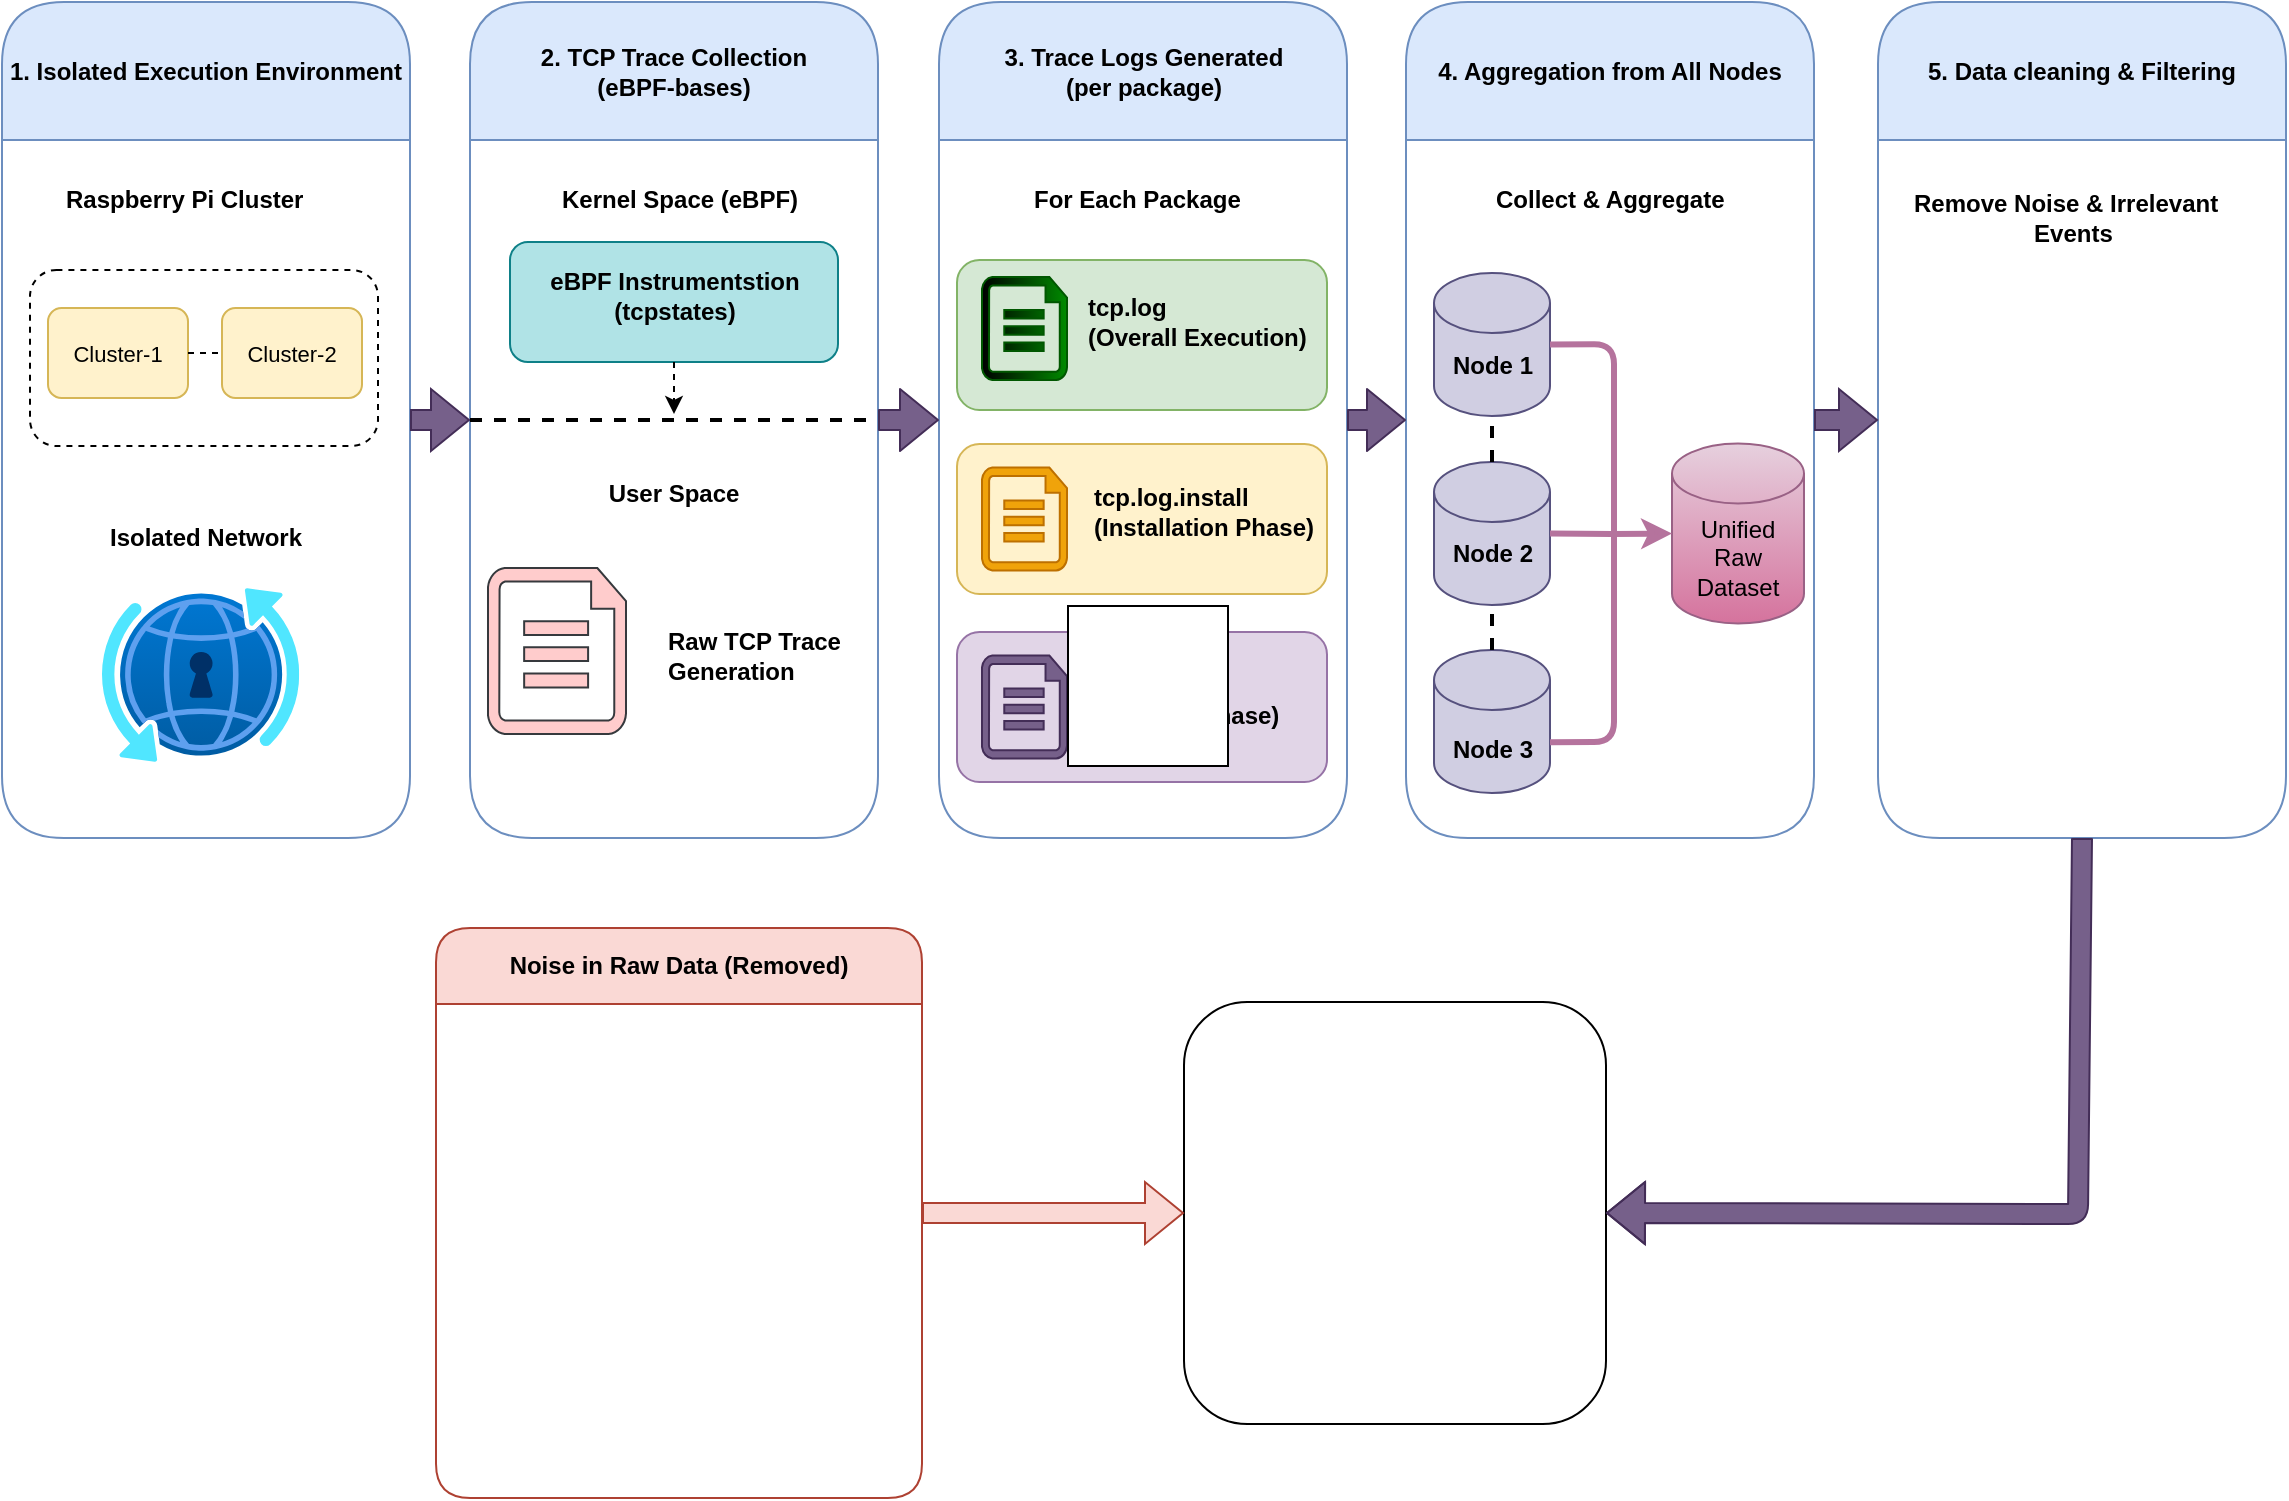
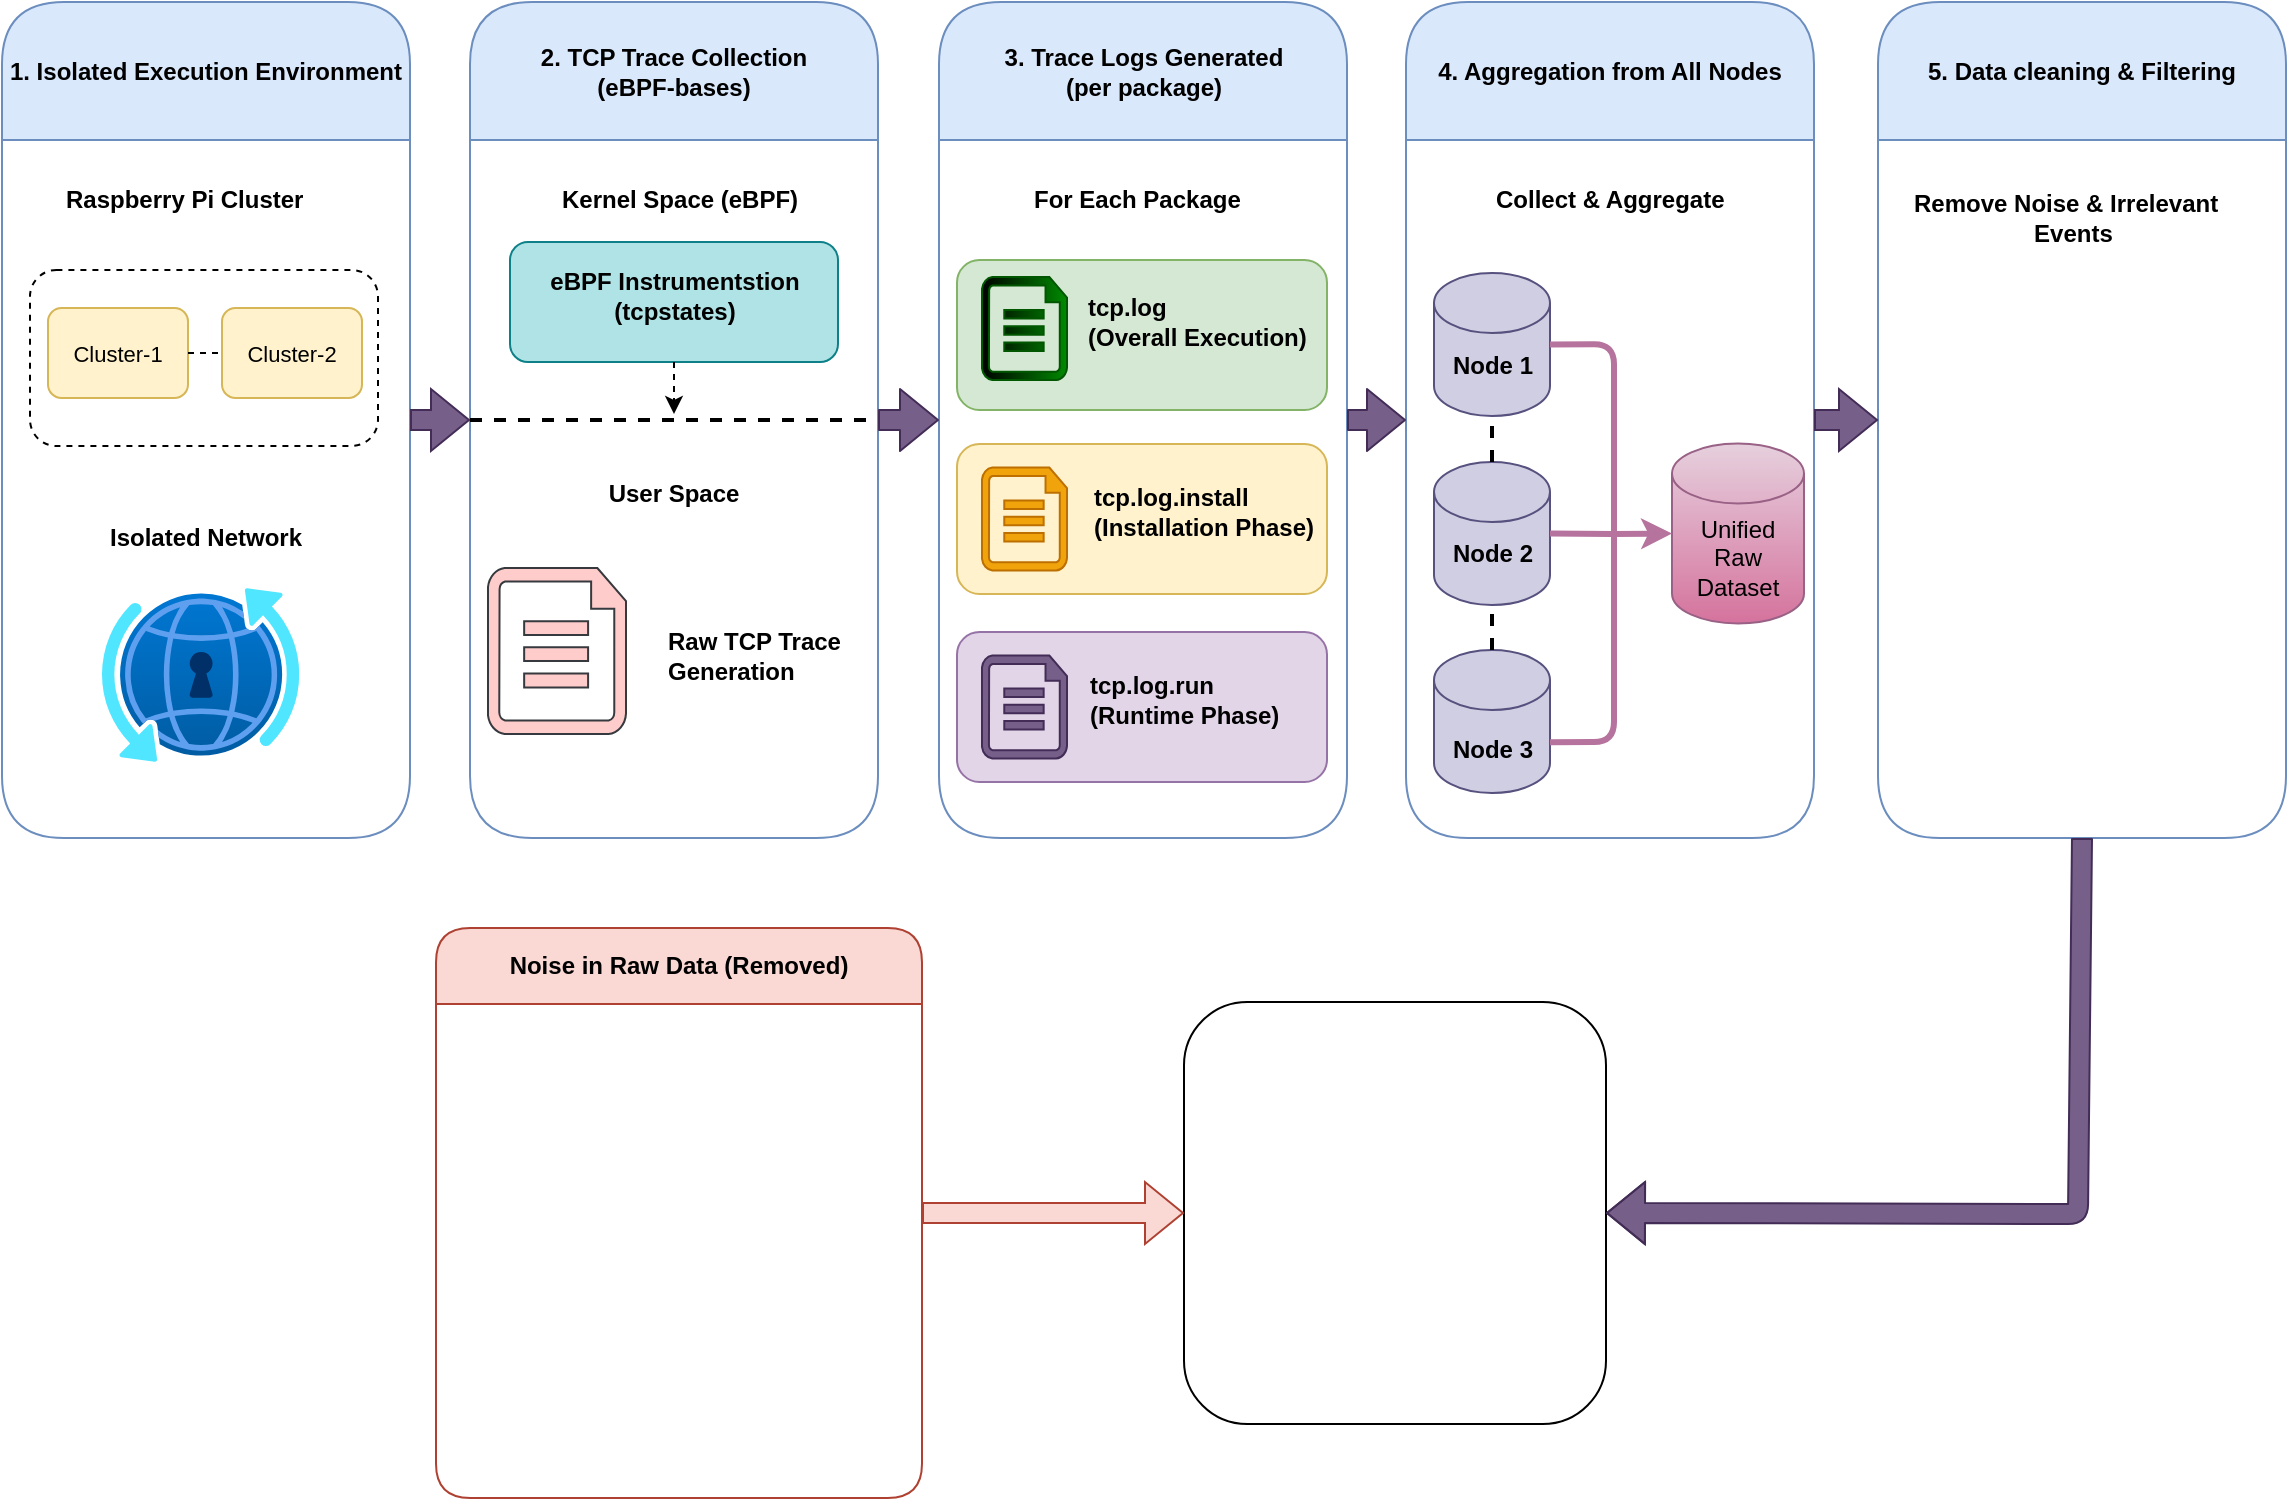
<mxfile host="app.diagrams.net">
  <diagram name="Page-1" id="8kyjSIY6fsYWo43MdOdE">
    <mxGraphModel dx="1406" dy="814" grid="0" gridSize="10" guides="1" tooltips="1" connect="1" arrows="1" fold="1" page="1" pageScale="1" pageWidth="1181" pageHeight="827" background="none" math="0" shadow="0">
      <root>
        <mxCell id="0" />
        <mxCell id="1" parent="0" />
        <mxCell id="yPxf8Ypyw46N0n0ri4En-1" parent="1" style="swimlane;whiteSpace=wrap;html=1;swimlaneFillColor=none;rounded=1;startSize=69;strokeColor=#6c8ebf;fillColor=#dae8fc;" value="1. Isolated Execution Environment" vertex="1">
          <mxGeometry height="418" width="204" x="20" y="29" as="geometry" />
        </mxCell>
        <mxCell id="9OX9V2n5WXdKuxMzRrJa-6" parent="yPxf8Ypyw46N0n0ri4En-1" style="text;strokeColor=none;fillColor=none;align=left;verticalAlign=middle;spacingLeft=4;spacingRight=4;overflow=hidden;points=[[0,0.5],[1,0.5]];portConstraint=eastwest;rotatable=0;whiteSpace=wrap;html=1;" value="&lt;b&gt;Raspberry Pi Cluster&lt;/b&gt;" vertex="1">
          <mxGeometry height="30" width="152" x="26" y="84" as="geometry" />
        </mxCell>
        <mxCell id="9OX9V2n5WXdKuxMzRrJa-7" parent="yPxf8Ypyw46N0n0ri4En-1" style="rounded=1;whiteSpace=wrap;html=1;dashed=1;" value="" vertex="1">
          <mxGeometry height="88" width="174" x="14" y="134" as="geometry" />
        </mxCell>
        <mxCell id="9OX9V2n5WXdKuxMzRrJa-8" parent="yPxf8Ypyw46N0n0ri4En-1" style="rounded=1;whiteSpace=wrap;html=1;fillColor=#fff2cc;strokeColor=#d6b656;" value="" vertex="1">
          <mxGeometry height="45" width="70" x="23" y="153" as="geometry" />
        </mxCell>
        <mxCell id="9OX9V2n5WXdKuxMzRrJa-9" parent="yPxf8Ypyw46N0n0ri4En-1" style="rounded=1;whiteSpace=wrap;html=1;fillColor=#fff2cc;strokeColor=#d6b656;" value="" vertex="1">
          <mxGeometry height="45" width="70" x="110" y="153" as="geometry" />
        </mxCell>
        <mxCell id="9OX9V2n5WXdKuxMzRrJa-10" parent="yPxf8Ypyw46N0n0ri4En-1" style="text;html=1;whiteSpace=wrap;strokeColor=none;fillColor=none;align=center;verticalAlign=middle;rounded=0;" value="&lt;font style=&quot;font-size: 11px;&quot;&gt;Cluster-1&lt;/font&gt;" vertex="1">
          <mxGeometry height="18.5" width="50" x="33" y="166.25" as="geometry" />
        </mxCell>
        <mxCell id="9OX9V2n5WXdKuxMzRrJa-11" parent="yPxf8Ypyw46N0n0ri4En-1" style="text;html=1;whiteSpace=wrap;strokeColor=none;fillColor=none;align=center;verticalAlign=middle;rounded=0;" value="&lt;font style=&quot;font-size: 11px;&quot;&gt;Cluster-2&lt;/font&gt;" vertex="1">
          <mxGeometry height="18.5" width="50" x="120" y="166.25" as="geometry" />
        </mxCell>
        <mxCell id="9OX9V2n5WXdKuxMzRrJa-12" edge="1" parent="yPxf8Ypyw46N0n0ri4En-1" source="9OX9V2n5WXdKuxMzRrJa-8" style="endArrow=none;html=1;rounded=0;exitX=1;exitY=0.5;exitDx=0;exitDy=0;entryX=0;entryY=0.5;entryDx=0;entryDy=0;dashed=1;" target="9OX9V2n5WXdKuxMzRrJa-9" value="">
          <mxGeometry height="50" relative="1" width="50" as="geometry">
            <mxPoint x="545" y="408" as="sourcePoint" />
            <mxPoint x="595" y="358" as="targetPoint" />
          </mxGeometry>
        </mxCell>
        <mxCell id="9OX9V2n5WXdKuxMzRrJa-14" parent="yPxf8Ypyw46N0n0ri4En-1" style="text;strokeColor=none;fillColor=none;align=left;verticalAlign=middle;spacingLeft=4;spacingRight=4;overflow=hidden;points=[[0,0.5],[1,0.5]];portConstraint=eastwest;rotatable=0;whiteSpace=wrap;html=1;" value="&lt;b&gt;Isolated Network&lt;/b&gt;" vertex="1">
          <mxGeometry height="30" width="109" x="47.5" y="253" as="geometry" />
        </mxCell>
        <mxCell id="9OX9V2n5WXdKuxMzRrJa-15" parent="yPxf8Ypyw46N0n0ri4En-1" style="image;aspect=fixed;html=1;points=[];align=center;fontSize=12;image=img/lib/azure2/networking/DNS_Private_Resolver.svg;" value="" vertex="1">
          <mxGeometry height="87" width="98.6" x="50" y="293" as="geometry" />
        </mxCell>
        <mxCell id="yPxf8Ypyw46N0n0ri4En-4" parent="1" style="swimlane;whiteSpace=wrap;html=1;swimlaneFillColor=none;rounded=1;startSize=69;strokeColor=#6c8ebf;fillColor=#dae8fc;" value="2. TCP Trace Collection&lt;div&gt;(eBPF-bases)&lt;/div&gt;" vertex="1">
          <mxGeometry height="418" width="204" x="254" y="29" as="geometry" />
        </mxCell>
        <mxCell id="9OX9V2n5WXdKuxMzRrJa-16" parent="yPxf8Ypyw46N0n0ri4En-4" style="text;strokeColor=none;fillColor=none;align=left;verticalAlign=middle;spacingLeft=4;spacingRight=4;overflow=hidden;points=[[0,0.5],[1,0.5]];portConstraint=eastwest;rotatable=0;whiteSpace=wrap;html=1;" value="&lt;b&gt;Kernel Space (eBPF)&lt;/b&gt;" vertex="1">
          <mxGeometry height="30" width="134" x="40" y="84" as="geometry" />
        </mxCell>
        <mxCell id="9OX9V2n5WXdKuxMzRrJa-20" parent="yPxf8Ypyw46N0n0ri4En-4" style="rounded=1;whiteSpace=wrap;html=1;fillColor=#b0e3e6;strokeColor=#0e8088;" value="" vertex="1">
          <mxGeometry height="60" width="164" x="20" y="120" as="geometry" />
        </mxCell>
        <mxCell id="9OX9V2n5WXdKuxMzRrJa-22" parent="yPxf8Ypyw46N0n0ri4En-4" style="text;html=1;whiteSpace=wrap;strokeColor=none;fillColor=none;align=center;verticalAlign=middle;rounded=0;" value="&lt;b&gt;eBPF Instrumentstion&lt;/b&gt;&lt;div&gt;&lt;b&gt;(tcpstates)&lt;/b&gt;&lt;/div&gt;" vertex="1">
          <mxGeometry height="35" width="133" x="35.5" y="129" as="geometry" />
        </mxCell>
        <mxCell id="9OX9V2n5WXdKuxMzRrJa-23" parent="yPxf8Ypyw46N0n0ri4En-4" style="text;html=1;whiteSpace=wrap;strokeColor=none;fillColor=none;align=center;verticalAlign=middle;rounded=0;" value="&lt;b&gt;User Space&lt;/b&gt;" vertex="1">
          <mxGeometry height="30" width="122" x="41" y="231" as="geometry" />
        </mxCell>
        <mxCell id="9OX9V2n5WXdKuxMzRrJa-24" parent="yPxf8Ypyw46N0n0ri4En-4" style="verticalLabelPosition=bottom;html=1;verticalAlign=top;align=center;shape=mxgraph.azure.cloud_services_configuration_file;pointerEvents=1;fillColor=#ffcccc;strokeColor=#36393d;" value="" vertex="1">
          <mxGeometry height="83" width="69" x="9" y="283" as="geometry" />
        </mxCell>
        <mxCell id="9OX9V2n5WXdKuxMzRrJa-26" parent="yPxf8Ypyw46N0n0ri4En-4" style="text;strokeColor=none;fillColor=none;align=left;verticalAlign=middle;spacingLeft=4;spacingRight=4;overflow=hidden;points=[[0,0.5],[1,0.5]];portConstraint=eastwest;rotatable=0;whiteSpace=wrap;html=1;" value="&lt;b&gt;Raw TCP Trace&lt;/b&gt;&lt;div&gt;&lt;b&gt;Generation&lt;/b&gt;&lt;/div&gt;" vertex="1">
          <mxGeometry height="74" width="99" x="93" y="290" as="geometry" />
        </mxCell>
        <mxCell id="yPxf8Ypyw46N0n0ri4En-5" parent="1" style="swimlane;whiteSpace=wrap;html=1;swimlaneFillColor=none;rounded=1;startSize=69;strokeColor=#6c8ebf;fillColor=#dae8fc;" value="3. Trace Logs Generated&lt;div&gt;(per package)&lt;/div&gt;" vertex="1">
          <mxGeometry height="418" width="204" x="488.5" y="29" as="geometry" />
        </mxCell>
        <mxCell id="9OX9V2n5WXdKuxMzRrJa-17" parent="yPxf8Ypyw46N0n0ri4En-5" style="text;strokeColor=none;fillColor=none;align=left;verticalAlign=middle;spacingLeft=4;spacingRight=4;overflow=hidden;points=[[0,0.5],[1,0.5]];portConstraint=eastwest;rotatable=0;whiteSpace=wrap;html=1;" value="&lt;b&gt;For Each Package&lt;/b&gt;" vertex="1">
          <mxGeometry height="30" width="121.5" x="41.5" y="84" as="geometry" />
        </mxCell>
        <mxCell id="9OX9V2n5WXdKuxMzRrJa-27" parent="yPxf8Ypyw46N0n0ri4En-5" style="rounded=1;whiteSpace=wrap;html=1;fillColor=#d5e8d4;strokeColor=#82b366;" value="" vertex="1">
          <mxGeometry height="75" width="185" x="9" y="129" as="geometry" />
        </mxCell>
        <mxCell id="9OX9V2n5WXdKuxMzRrJa-28" parent="yPxf8Ypyw46N0n0ri4En-5" style="rounded=1;whiteSpace=wrap;html=1;fillColor=#fff2cc;strokeColor=#d6b656;" value="" vertex="1">
          <mxGeometry height="75" width="185" x="9" y="221" as="geometry" />
        </mxCell>
        <mxCell id="9OX9V2n5WXdKuxMzRrJa-29" parent="yPxf8Ypyw46N0n0ri4En-5" style="rounded=1;whiteSpace=wrap;html=1;fillColor=#e1d5e7;strokeColor=#9673a6;" value="" vertex="1">
          <mxGeometry height="75" width="185" x="9" y="315" as="geometry" />
        </mxCell>
        <mxCell id="9OX9V2n5WXdKuxMzRrJa-31" parent="yPxf8Ypyw46N0n0ri4En-5" style="verticalLabelPosition=bottom;html=1;verticalAlign=top;align=center;strokeColor=#005700;fillColor=#008a00;shape=mxgraph.azure.cloud_services_configuration_file;pointerEvents=1;fontColor=#ffffff;shadow=0;gradientColor=default;gradientDirection=west;" value="" vertex="1">
          <mxGeometry height="51.5" width="42.5" x="21.5" y="137.5" as="geometry" />
        </mxCell>
        <mxCell id="9OX9V2n5WXdKuxMzRrJa-32" parent="yPxf8Ypyw46N0n0ri4En-5" style="verticalLabelPosition=bottom;html=1;verticalAlign=top;align=center;strokeColor=#BD7000;fillColor=#f0a30a;shape=mxgraph.azure.cloud_services_configuration_file;pointerEvents=1;fontColor=#000000;shadow=0;gradientDirection=west;" value="" vertex="1">
          <mxGeometry height="51.5" width="42.5" x="21.5" y="232.75" as="geometry" />
        </mxCell>
        <mxCell id="9OX9V2n5WXdKuxMzRrJa-33" parent="yPxf8Ypyw46N0n0ri4En-5" style="verticalLabelPosition=bottom;html=1;verticalAlign=top;align=center;strokeColor=#432D57;fillColor=#76608a;shape=mxgraph.azure.cloud_services_configuration_file;pointerEvents=1;fontColor=#ffffff;shadow=0;gradientDirection=west;" value="" vertex="1">
          <mxGeometry height="51.5" width="42.5" x="21.5" y="326.75" as="geometry" />
        </mxCell>
        <mxCell id="9OX9V2n5WXdKuxMzRrJa-34" parent="yPxf8Ypyw46N0n0ri4En-5" style="text;strokeColor=none;fillColor=none;align=left;verticalAlign=middle;spacingLeft=4;spacingRight=4;overflow=hidden;points=[[0,0.5],[1,0.5]];portConstraint=eastwest;rotatable=0;whiteSpace=wrap;html=1;" value="&lt;b&gt;tcp.log&lt;/b&gt;&lt;div&gt;&lt;b&gt;(Overall Execution)&lt;/b&gt;&lt;/div&gt;" vertex="1">
          <mxGeometry height="44" width="122" x="68" y="137.5" as="geometry" />
        </mxCell>
        <mxCell id="9OX9V2n5WXdKuxMzRrJa-35" parent="yPxf8Ypyw46N0n0ri4En-5" style="text;strokeColor=none;fillColor=none;align=left;verticalAlign=middle;spacingLeft=4;spacingRight=4;overflow=hidden;points=[[0,0.5],[1,0.5]];portConstraint=eastwest;rotatable=0;whiteSpace=wrap;html=1;" value="&lt;b&gt;tcp.log.install&lt;/b&gt;&lt;div&gt;&lt;b&gt;(Installation Phase)&lt;/b&gt;&lt;/div&gt;" vertex="1">
          <mxGeometry height="44" width="121" x="71" y="232.75" as="geometry" />
        </mxCell>
        <mxCell id="9OX9V2n5WXdKuxMzRrJa-36" parent="yPxf8Ypyw46N0n0ri4En-5" style="text;strokeColor=none;fillColor=none;align=left;verticalAlign=middle;spacingLeft=4;spacingRight=4;overflow=hidden;points=[[0,0.5],[1,0.5]];portConstraint=eastwest;rotatable=0;whiteSpace=wrap;html=1;" value="&lt;b&gt;tcp.log.run&lt;/b&gt;&lt;div&gt;&lt;b&gt;(Runtime Phase)&lt;/b&gt;&lt;/div&gt;" vertex="1">
          <mxGeometry height="44" width="119" x="69" y="326.75" as="geometry" />
        </mxCell>
        <mxCell id="yPxf8Ypyw46N0n0ri4En-6" parent="1" style="swimlane;whiteSpace=wrap;html=1;swimlaneFillColor=none;rounded=1;startSize=69;strokeColor=#6c8ebf;fillColor=#dae8fc;" value="4. Aggregation from All Nodes" vertex="1">
          <mxGeometry height="418" width="204" x="722" y="29" as="geometry" />
        </mxCell>
        <mxCell id="9OX9V2n5WXdKuxMzRrJa-37" parent="yPxf8Ypyw46N0n0ri4En-6" style="text;strokeColor=none;fillColor=none;align=left;verticalAlign=middle;spacingLeft=4;spacingRight=4;overflow=hidden;points=[[0,0.5],[1,0.5]];portConstraint=eastwest;rotatable=0;whiteSpace=wrap;html=1;" value="&lt;b&gt;Collect &amp;amp; Aggregate&lt;/b&gt;" vertex="1">
          <mxGeometry height="30" width="125.75" x="39.13" y="84" as="geometry" />
        </mxCell>
        <mxCell id="9OX9V2n5WXdKuxMzRrJa-38" parent="yPxf8Ypyw46N0n0ri4En-6" style="shape=cylinder3;whiteSpace=wrap;html=1;boundedLbl=1;backgroundOutline=1;size=15;fillColor=#d0cee2;strokeColor=#56517e;" value="" vertex="1">
          <mxGeometry height="71.5" width="58" x="14" y="135.5" as="geometry" />
        </mxCell>
        <mxCell id="9OX9V2n5WXdKuxMzRrJa-44" parent="yPxf8Ypyw46N0n0ri4En-6" style="shape=cylinder3;whiteSpace=wrap;html=1;boundedLbl=1;backgroundOutline=1;size=15;fillColor=#d0cee2;strokeColor=#56517e;" value="" vertex="1">
          <mxGeometry height="71.5" width="58" x="14" y="230" as="geometry" />
        </mxCell>
        <mxCell id="9OX9V2n5WXdKuxMzRrJa-45" parent="yPxf8Ypyw46N0n0ri4En-6" style="shape=cylinder3;whiteSpace=wrap;html=1;boundedLbl=1;backgroundOutline=1;size=15;fillColor=#d0cee2;strokeColor=#56517e;" value="" vertex="1">
          <mxGeometry height="71.5" width="58" x="14" y="324" as="geometry" />
        </mxCell>
        <mxCell id="9OX9V2n5WXdKuxMzRrJa-46" edge="1" parent="yPxf8Ypyw46N0n0ri4En-6" source="9OX9V2n5WXdKuxMzRrJa-44" style="endArrow=none;html=1;rounded=0;entryX=0.5;entryY=1;entryDx=0;entryDy=0;entryPerimeter=0;exitX=0.5;exitY=0;exitDx=0;exitDy=0;exitPerimeter=0;dashed=1;strokeWidth=2;" target="9OX9V2n5WXdKuxMzRrJa-38" value="">
          <mxGeometry height="50" relative="1" width="50" as="geometry">
            <mxPoint x="-154" y="387" as="sourcePoint" />
            <mxPoint x="-104" y="337" as="targetPoint" />
          </mxGeometry>
        </mxCell>
        <mxCell id="9OX9V2n5WXdKuxMzRrJa-47" edge="1" parent="yPxf8Ypyw46N0n0ri4En-6" source="9OX9V2n5WXdKuxMzRrJa-45" style="endArrow=none;html=1;rounded=0;entryX=0.5;entryY=1;entryDx=0;entryDy=0;entryPerimeter=0;exitX=0.5;exitY=0;exitDx=0;exitDy=0;exitPerimeter=0;dashed=1;strokeWidth=2;" target="9OX9V2n5WXdKuxMzRrJa-44" value="">
          <mxGeometry height="50" relative="1" width="50" as="geometry">
            <mxPoint x="-154" y="387" as="sourcePoint" />
            <mxPoint x="-104" y="337" as="targetPoint" />
          </mxGeometry>
        </mxCell>
        <mxCell id="9OX9V2n5WXdKuxMzRrJa-48" parent="yPxf8Ypyw46N0n0ri4En-6" style="shape=cylinder3;whiteSpace=wrap;html=1;boundedLbl=1;backgroundOutline=1;size=15;fillColor=#e6d0de;strokeColor=#996185;gradientColor=#d5739d;" value="" vertex="1">
          <mxGeometry height="90" width="66" x="133" y="220.75" as="geometry" />
        </mxCell>
        <mxCell id="9OX9V2n5WXdKuxMzRrJa-49" edge="1" parent="yPxf8Ypyw46N0n0ri4En-6" source="9OX9V2n5WXdKuxMzRrJa-45" style="endArrow=none;html=1;rounded=1;entryX=1;entryY=0.5;entryDx=0;entryDy=0;entryPerimeter=0;exitX=1;exitY=0;exitDx=0;exitDy=46.125;exitPerimeter=0;strokeWidth=3;curved=0;strokeColor=#B5739D;" target="9OX9V2n5WXdKuxMzRrJa-38" value="">
          <mxGeometry height="50" relative="1" width="50" as="geometry">
            <Array as="points">
              <mxPoint x="104" y="370" />
              <mxPoint x="104" y="171" />
            </Array>
            <mxPoint x="-154" y="387" as="sourcePoint" />
            <mxPoint x="-104" y="337" as="targetPoint" />
          </mxGeometry>
        </mxCell>
        <mxCell id="9OX9V2n5WXdKuxMzRrJa-54" edge="1" parent="yPxf8Ypyw46N0n0ri4En-6" source="9OX9V2n5WXdKuxMzRrJa-44" style="endArrow=none;html=1;rounded=0;exitX=1;exitY=0.5;exitDx=0;exitDy=0;exitPerimeter=0;strokeWidth=3;strokeColor=#B5739D;" value="">
          <mxGeometry height="50" relative="1" width="50" as="geometry">
            <mxPoint x="-154" y="389" as="sourcePoint" />
            <mxPoint x="103" y="266" as="targetPoint" />
          </mxGeometry>
        </mxCell>
        <mxCell id="9OX9V2n5WXdKuxMzRrJa-56" parent="yPxf8Ypyw46N0n0ri4En-6" style="text;html=1;whiteSpace=wrap;strokeColor=none;fillColor=none;align=center;verticalAlign=middle;rounded=0;" value="&lt;b&gt;Node 1&lt;/b&gt;" vertex="1">
          <mxGeometry height="24.5" width="47" x="19.5" y="170" as="geometry" />
        </mxCell>
        <mxCell id="9OX9V2n5WXdKuxMzRrJa-57" parent="yPxf8Ypyw46N0n0ri4En-6" style="text;html=1;whiteSpace=wrap;strokeColor=none;fillColor=none;align=center;verticalAlign=middle;rounded=0;" value="&lt;b&gt;Node 2&lt;/b&gt;" vertex="1">
          <mxGeometry height="24.5" width="47" x="19.5" y="264" as="geometry" />
        </mxCell>
        <mxCell id="9OX9V2n5WXdKuxMzRrJa-58" parent="yPxf8Ypyw46N0n0ri4En-6" style="text;html=1;whiteSpace=wrap;strokeColor=none;fillColor=none;align=center;verticalAlign=middle;rounded=0;" value="&lt;b&gt;Node 3&lt;/b&gt;" vertex="1">
          <mxGeometry height="24.5" width="47" x="19.5" y="362" as="geometry" />
        </mxCell>
        <mxCell id="9OX9V2n5WXdKuxMzRrJa-59" parent="yPxf8Ypyw46N0n0ri4En-6" style="text;html=1;whiteSpace=wrap;strokeColor=none;fillColor=none;align=center;verticalAlign=middle;rounded=0;" value="Unified&lt;div&gt;Raw Dataset&lt;/div&gt;" vertex="1">
          <mxGeometry height="47.25" width="52" x="140" y="254.25" as="geometry" />
        </mxCell>
        <mxCell id="yPxf8Ypyw46N0n0ri4En-7" parent="1" style="swimlane;whiteSpace=wrap;html=1;swimlaneFillColor=none;rounded=1;startSize=69;strokeColor=#6c8ebf;fillColor=#dae8fc;" value="5. Data cleaning &amp;amp; Filtering" vertex="1">
          <mxGeometry height="418" width="204" x="958" y="29" as="geometry" />
        </mxCell>
        <mxCell id="9OX9V2n5WXdKuxMzRrJa-60" parent="yPxf8Ypyw46N0n0ri4En-7" style="text;strokeColor=none;fillColor=none;align=left;verticalAlign=middle;spacingLeft=4;spacingRight=4;overflow=hidden;points=[[0,0.5],[1,0.5]];portConstraint=eastwest;rotatable=0;whiteSpace=wrap;html=1;" value="&lt;b&gt;Remove Noise &amp;amp; Irrelevant&amp;nbsp; &amp;nbsp; &amp;nbsp; &amp;nbsp; &amp;nbsp; &amp;nbsp; &amp;nbsp; &amp;nbsp; &amp;nbsp; &amp;nbsp; &amp;nbsp; &amp;nbsp; Events&lt;/b&gt;" vertex="1">
          <mxGeometry height="48" width="180" x="12" y="84" as="geometry" />
        </mxCell>
        <mxCell id="yPxf8Ypyw46N0n0ri4En-8" parent="1" style="whiteSpace=wrap;html=1;aspect=fixed;rounded=1;strokeWidth=1;" value="" vertex="1">
          <mxGeometry height="211" width="211" x="611" y="529" as="geometry" />
        </mxCell>
        <mxCell id="yPxf8Ypyw46N0n0ri4En-9" edge="1" parent="1" source="yPxf8Ypyw46N0n0ri4En-7" style="endArrow=classic;html=1;rounded=1;exitX=0.5;exitY=1;exitDx=0;exitDy=0;entryX=1;entryY=0.5;entryDx=0;entryDy=0;shape=flexArrow;strokeWidth=1;strokeColor=#432D57;fillColor=#76608a;" target="yPxf8Ypyw46N0n0ri4En-8" value="">
          <mxGeometry height="50" relative="1" width="50" as="geometry">
            <Array as="points">
              <mxPoint x="1058" y="635" />
            </Array>
            <mxPoint x="567" y="544" as="sourcePoint" />
            <mxPoint x="617" y="494" as="targetPoint" />
          </mxGeometry>
        </mxCell>
        <mxCell id="yPxf8Ypyw46N0n0ri4En-10" edge="1" parent="1" source="yPxf8Ypyw46N0n0ri4En-4" style="endArrow=classic;html=1;rounded=1;exitX=1;exitY=0.5;exitDx=0;exitDy=0;entryX=0;entryY=0.5;entryDx=0;entryDy=0;shape=flexArrow;fillColor=#76608a;strokeColor=#432D57;" target="yPxf8Ypyw46N0n0ri4En-5" value="">
          <mxGeometry height="50" relative="1" width="50" as="geometry">
            <mxPoint x="567" y="444" as="sourcePoint" />
            <mxPoint x="617" y="394" as="targetPoint" />
          </mxGeometry>
        </mxCell>
        <mxCell id="9OX9V2n5WXdKuxMzRrJa-1" edge="1" parent="1" source="yPxf8Ypyw46N0n0ri4En-5" style="endArrow=classic;html=1;rounded=1;exitX=1;exitY=0.5;exitDx=0;exitDy=0;entryX=0;entryY=0.5;entryDx=0;entryDy=0;shape=flexArrow;fillColor=#76608a;strokeColor=#432D57;" target="yPxf8Ypyw46N0n0ri4En-6" value="">
          <mxGeometry height="50" relative="1" width="50" as="geometry">
            <mxPoint x="565" y="444" as="sourcePoint" />
            <mxPoint x="615" y="394" as="targetPoint" />
          </mxGeometry>
        </mxCell>
        <mxCell id="9OX9V2n5WXdKuxMzRrJa-2" edge="1" parent="1" source="yPxf8Ypyw46N0n0ri4En-6" style="endArrow=classic;html=1;rounded=0;exitX=1;exitY=0.5;exitDx=0;exitDy=0;entryX=0;entryY=0.5;entryDx=0;entryDy=0;shape=flexArrow;fillColor=#76608a;strokeColor=#432D57;" target="yPxf8Ypyw46N0n0ri4En-7" value="">
          <mxGeometry height="50" relative="1" width="50" as="geometry">
            <mxPoint x="565" y="444" as="sourcePoint" />
            <mxPoint x="615" y="394" as="targetPoint" />
          </mxGeometry>
        </mxCell>
        <mxCell id="9OX9V2n5WXdKuxMzRrJa-3" edge="1" parent="1" source="yPxf8Ypyw46N0n0ri4En-1" style="endArrow=classic;html=1;rounded=0;exitX=1;exitY=0.5;exitDx=0;exitDy=0;entryX=0;entryY=0.5;entryDx=0;entryDy=0;shape=flexArrow;fillColor=#76608a;strokeColor=#432D57;" target="yPxf8Ypyw46N0n0ri4En-4" value="">
          <mxGeometry height="50" relative="1" width="50" as="geometry">
            <mxPoint x="565" y="444" as="sourcePoint" />
            <mxPoint x="615" y="394" as="targetPoint" />
          </mxGeometry>
        </mxCell>
        <mxCell id="9OX9V2n5WXdKuxMzRrJa-4" parent="1" style="swimlane;whiteSpace=wrap;html=1;startSize=38;rounded=1;fillColor=#fad9d5;strokeColor=#ae4132;" value="Noise in Raw Data (Removed)" vertex="1">
          <mxGeometry height="285" width="243" x="237" y="492" as="geometry" />
        </mxCell>
        <mxCell id="9OX9V2n5WXdKuxMzRrJa-5" edge="1" parent="1" source="9OX9V2n5WXdKuxMzRrJa-4" style="endArrow=classic;html=1;rounded=0;exitX=1;exitY=0.5;exitDx=0;exitDy=0;entryX=0;entryY=0.5;entryDx=0;entryDy=0;shape=flexArrow;fillColor=#fad9d5;strokeColor=#ae4132;" target="yPxf8Ypyw46N0n0ri4En-8" value="">
          <mxGeometry height="50" relative="1" width="50" as="geometry">
            <mxPoint x="565" y="437" as="sourcePoint" />
            <mxPoint x="615" y="387" as="targetPoint" />
          </mxGeometry>
        </mxCell>
        <mxCell id="9OX9V2n5WXdKuxMzRrJa-19" edge="1" parent="1" source="yPxf8Ypyw46N0n0ri4En-4" style="endArrow=none;dashed=1;html=1;rounded=0;exitX=0;exitY=0.5;exitDx=0;exitDy=0;entryX=1;entryY=0.5;entryDx=0;entryDy=0;strokeWidth=2;" target="yPxf8Ypyw46N0n0ri4En-4" value="">
          <mxGeometry height="50" relative="1" width="50" as="geometry">
            <mxPoint x="565" y="430" as="sourcePoint" />
            <mxPoint x="460" y="240" as="targetPoint" />
          </mxGeometry>
        </mxCell>
        <mxCell id="9OX9V2n5WXdKuxMzRrJa-21" edge="1" parent="1" source="9OX9V2n5WXdKuxMzRrJa-20" style="endArrow=classic;html=1;rounded=0;exitX=0.5;exitY=1;exitDx=0;exitDy=0;dashed=1;" value="">
          <mxGeometry height="50" relative="1" width="50" as="geometry">
            <mxPoint x="565" y="430" as="sourcePoint" />
            <mxPoint x="356" y="235" as="targetPoint" />
          </mxGeometry>
        </mxCell>
        <mxCell id="9OX9V2n5WXdKuxMzRrJa-55" edge="1" parent="1" style="endArrow=classic;html=1;rounded=0;entryX=0;entryY=0.5;entryDx=0;entryDy=0;entryPerimeter=0;strokeColor=#B5739D;strokeWidth=3;" target="9OX9V2n5WXdKuxMzRrJa-48" value="">
          <mxGeometry height="50" relative="1" width="50" as="geometry">
            <mxPoint x="825" y="295" as="sourcePoint" />
            <mxPoint x="618" y="368" as="targetPoint" />
          </mxGeometry>
        </mxCell>
-         <mxCell id="9OX9V2n5WXdKuxMzRrJa-61" parent="1" style="whiteSpace=wrap;html=1;aspect=fixed;" value="" vertex="1">
-           <mxGeometry height="80" width="80" x="553" y="331" as="geometry" />
-         </mxCell>
      </root>
    </mxGraphModel>
  </diagram>
</mxfile>
